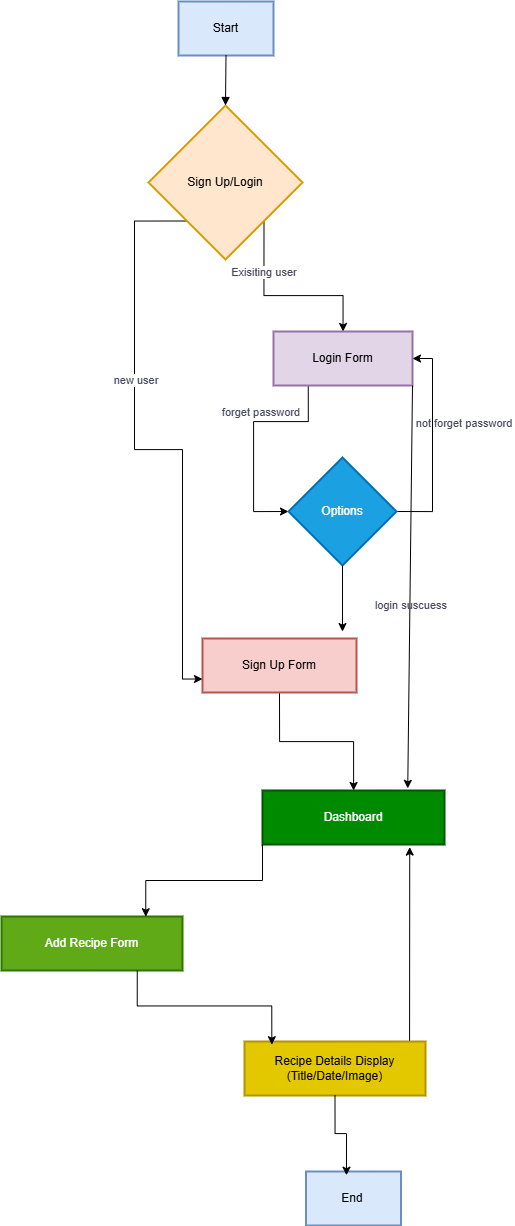
The draw.io diagram Flowchart/Cookipedia.drawio.png in nnnoufff/web-development, before a commit. Source tidied: cells renumbered, new cells last; positions are measured from the earlier drawing's top-left corner, leaving out a move shared by most shapes.
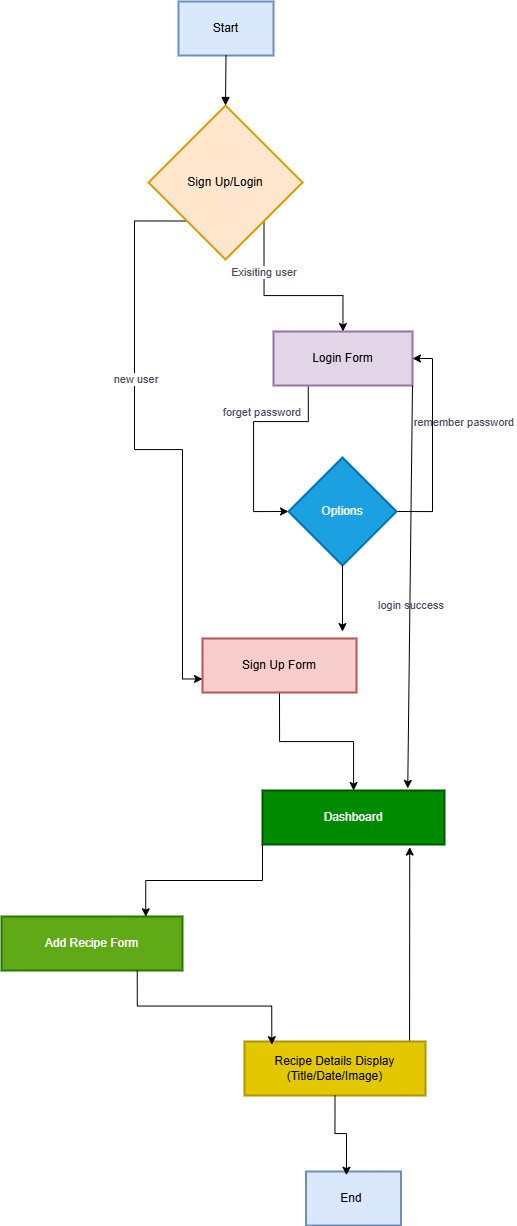
The same diagram one commit later.

The edit, as a diff of the source:
```diff
@@ -50,7 +50,7 @@
     <mxCell id="14" style="edgeStyle=orthogonalEdgeStyle;rounded=0;jettySize=auto;html=1;exitX=1;exitY=0.5;exitDx=0;exitDy=0;entryX=1;entryY=0.5;entryDx=0;entryDy=0;labelBackgroundColor=none;fontColor=default;" parent="1" edge="1" source="16" target="12">
       <mxGeometry relative="1" as="geometry" />
     </mxCell>
-    <mxCell id="15" value="not forget password&amp;nbsp;" style="edgeLabel;html=1;align=center;verticalAlign=middle;labelBackgroundColor=none;fontColor=#46495D;" parent="14" vertex="1">
+    <mxCell id="15" value="remember&amp;nbsp;&lt;span style=&quot;background-color: transparent; color: light-dark(rgb(70, 73, 93), rgb(170, 173, 190));&quot;&gt;password&amp;nbsp;&lt;/span&gt;" style="edgeLabel;html=1;align=center;verticalAlign=middle;labelBackgroundColor=none;fontColor=#46495D;" parent="14" vertex="1">
       <mxGeometry x="0.21" y="-2" relative="1" as="geometry">
         <mxPoint x="30" as="offset" />
       </mxGeometry>
@@ -67,7 +67,7 @@
     <mxCell id="19" style="endArrow=classic;html=1;rounded=0;entryX=0.798;entryY=-0.039;entryDx=0;entryDy=0;entryPerimeter=0;exitX=1;exitY=1;exitDx=0;exitDy=0;labelBackgroundColor=none;fontColor=default;" parent="1" edge="1" source="12" target="13">
       <mxGeometry relative="1" as="geometry" />
     </mxCell>
-    <mxCell id="20" value="login suscuess&amp;nbsp;" style="edgeLabel;html=1;align=center;verticalAlign=middle;labelBackgroundColor=none;fontColor=#46495D;" parent="19" vertex="1">
+    <mxCell id="20" value="login succ&lt;span style=&quot;background-color: transparent; color: light-dark(rgb(70, 73, 93), rgb(170, 173, 190));&quot;&gt;ess&amp;nbsp;&lt;/span&gt;" style="edgeLabel;html=1;align=center;verticalAlign=middle;labelBackgroundColor=none;fontColor=#46495D;" parent="19" vertex="1">
       <mxGeometry x="0.1" y="2" relative="1" as="geometry">
         <mxPoint y="-1" as="offset" />
       </mxGeometry>
```
